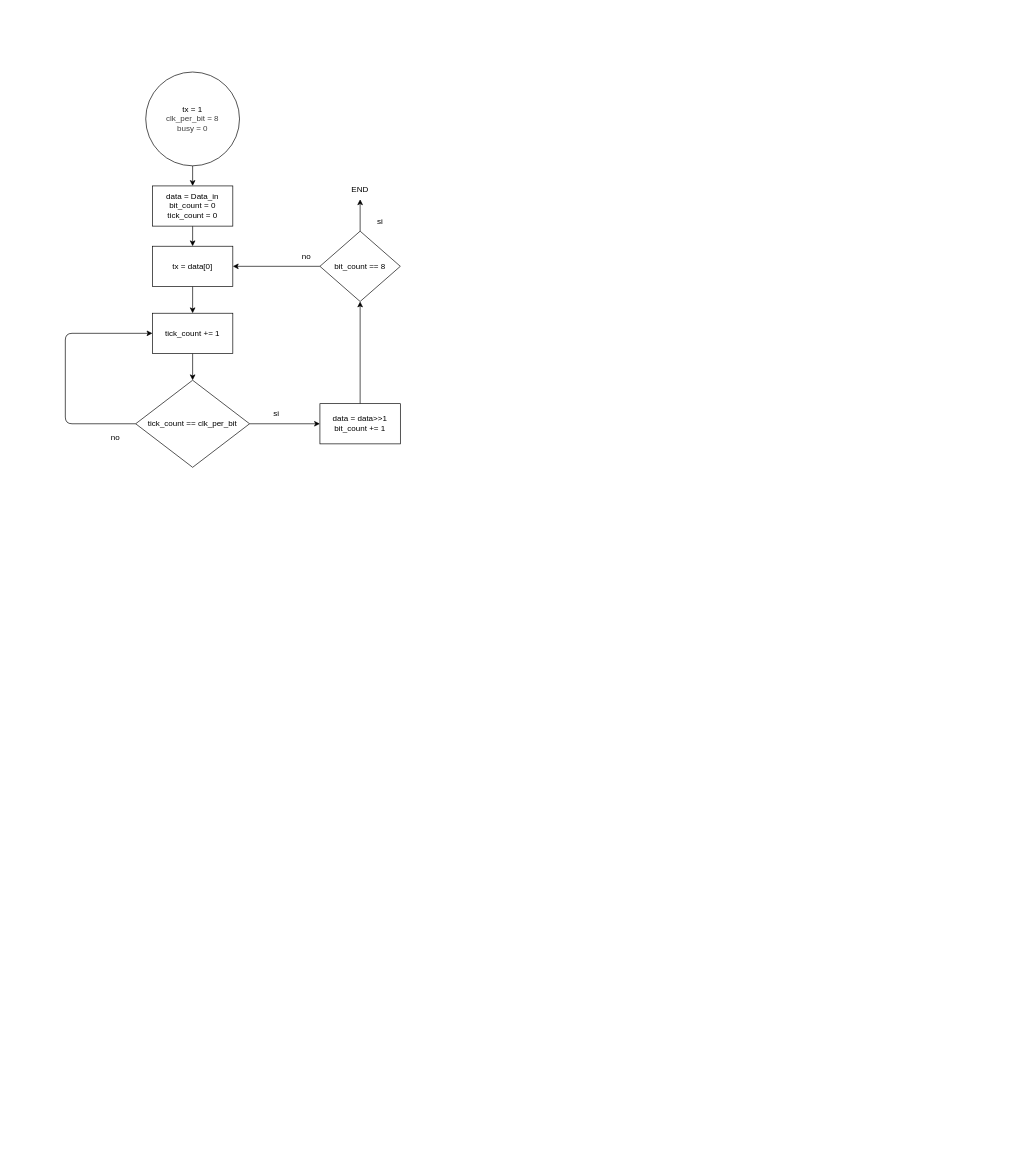
Before: Laboratorio/Practica 1/Diagrams/Transmisor.drawio in DanielPuentes01/Digital_2, a draw.io diagram. Source tidied: cells renumbered, new cells numbered last; positions are measured from the earlier drawing's top-left corner, leaving out a move shared by most shapes. Both pictures are drawn from the tidied source at 67%, with x=0, y=0 at pixel (65, 72).
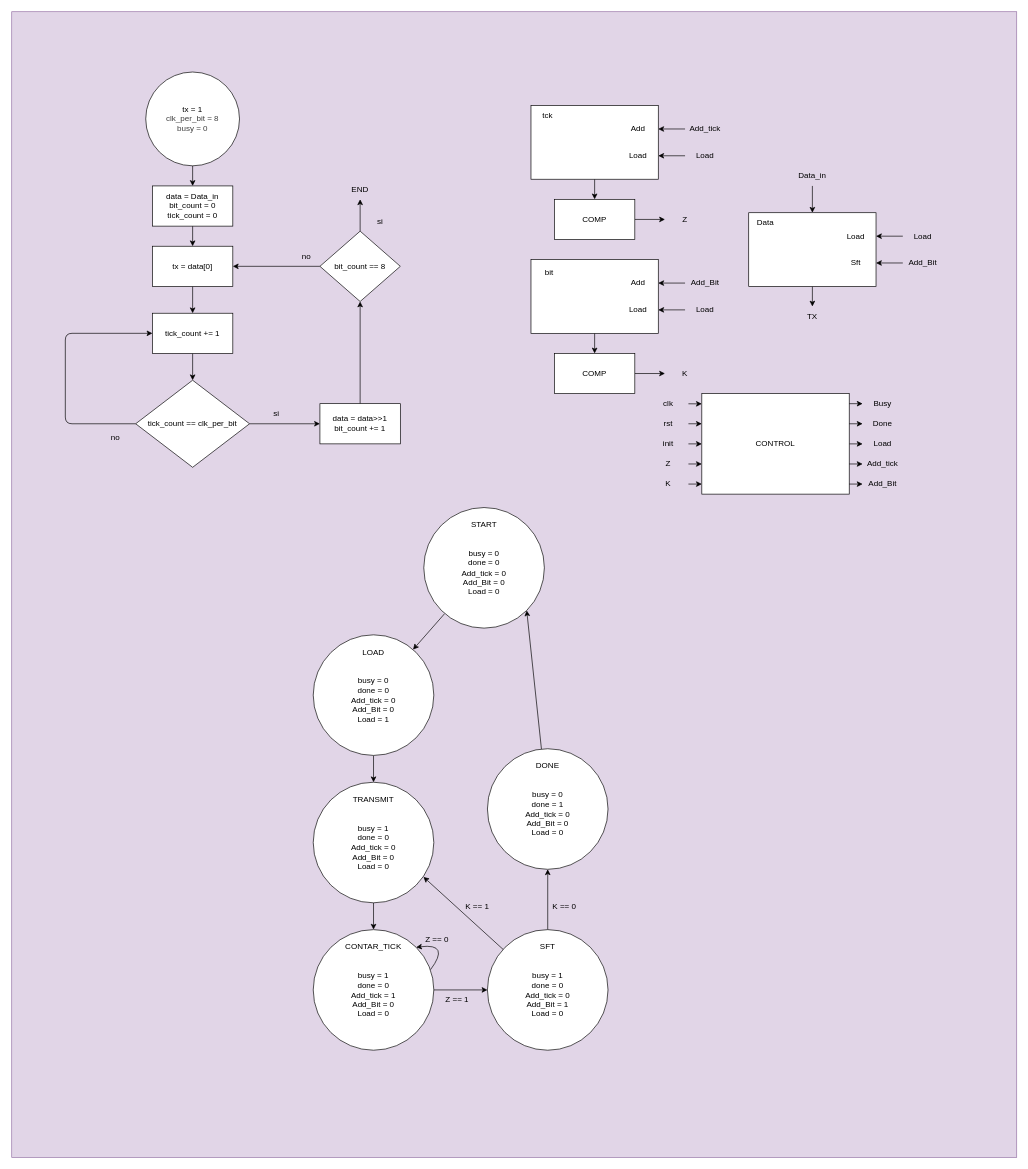
The same page after the edit.

Commit message (it also covers changes not shown here):
Diagramas Practica 1 Lab

What changed in the source:
```diff
@@
+    <mxCell id="23" style="rounded=0;whiteSpace=wrap;html=1;fillColor=#e1d5e7;strokeColor=#9673a6;" parent="1" vertex="1">
+      <mxGeometry x="-80" y="-90" width="1500" height="1710" as="geometry" />
+    </mxCell>
@@
+    <mxCell id="24" style="edgeStyle=none;html=1;" parent="1" edge="1" source="25" target="31">
+      <mxGeometry relative="1" as="geometry" />
+    </mxCell>
+    <mxCell id="25" style="rounded=0;whiteSpace=wrap;html=1;" parent="1" vertex="1">
+      <mxGeometry x="1020" y="210" width="190" height="110" as="geometry" />
+    </mxCell>
+    <mxCell id="26" value="Data" style="text;html=1;align=center;verticalAlign=middle;whiteSpace=wrap;rounded=0;" parent="1" vertex="1">
+      <mxGeometry x="1015" y="210" width="60" height="30" as="geometry" />
+    </mxCell>
+    <mxCell id="27" style="edgeStyle=none;html=1;entryX=0.5;entryY=0;entryDx=0;entryDy=0;" parent="1" edge="1" source="28" target="25">
+      <mxGeometry relative="1" as="geometry" />
+    </mxCell>
+    <mxCell id="28" value="Data_in" style="text;html=1;align=center;verticalAlign=middle;whiteSpace=wrap;rounded=0;" parent="1" vertex="1">
+      <mxGeometry x="1085" y="140" width="60" height="30" as="geometry" />
+    </mxCell>
+    <mxCell id="29" value="Load" style="text;html=1;align=center;verticalAlign=middle;whiteSpace=wrap;rounded=0;" parent="1" vertex="1">
+      <mxGeometry x="1150" y="230" width="60" height="30" as="geometry" />
+    </mxCell>
+    <mxCell id="30" value="Sft" style="text;html=1;align=center;verticalAlign=middle;whiteSpace=wrap;rounded=0;" parent="1" vertex="1">
+      <mxGeometry x="1150" y="270" width="60" height="30" as="geometry" />
+    </mxCell>
+    <mxCell id="31" value="TX" style="text;html=1;align=center;verticalAlign=middle;whiteSpace=wrap;rounded=0;" parent="1" vertex="1">
+      <mxGeometry x="1085" y="350" width="60" height="30" as="geometry" />
+    </mxCell>
+    <mxCell id="32" style="edgeStyle=none;html=1;entryX=1;entryY=0.5;entryDx=0;entryDy=0;" parent="1" edge="1" source="33" target="29">
+      <mxGeometry relative="1" as="geometry" />
+    </mxCell>
+    <mxCell id="33" value="Load" style="text;html=1;align=center;verticalAlign=middle;whiteSpace=wrap;rounded=0;" parent="1" vertex="1">
+      <mxGeometry x="1250" y="230" width="60" height="30" as="geometry" />
+    </mxCell>
+    <mxCell id="34" style="edgeStyle=none;html=1;entryX=1;entryY=0.5;entryDx=0;entryDy=0;" parent="1" edge="1" source="35" target="30">
+      <mxGeometry relative="1" as="geometry" />
+    </mxCell>
+    <mxCell id="35" value="Add_Bit" style="text;html=1;align=center;verticalAlign=middle;whiteSpace=wrap;rounded=0;" parent="1" vertex="1">
+      <mxGeometry x="1250" y="270" width="60" height="30" as="geometry" />
+    </mxCell>
+    <mxCell id="36" style="edgeStyle=none;html=1;entryX=0.5;entryY=0;entryDx=0;entryDy=0;" parent="1" edge="1" source="37" target="46">
+      <mxGeometry relative="1" as="geometry" />
+    </mxCell>
+    <mxCell id="37" style="rounded=0;whiteSpace=wrap;html=1;" parent="1" vertex="1">
+      <mxGeometry x="695" y="50" width="190" height="110" as="geometry" />
+    </mxCell>
+    <mxCell id="38" value="tck" style="text;html=1;align=center;verticalAlign=middle;whiteSpace=wrap;rounded=0;" parent="1" vertex="1">
+      <mxGeometry x="690" y="50" width="60" height="30" as="geometry" />
+    </mxCell>
+    <mxCell id="39" value="Add" style="text;html=1;align=center;verticalAlign=middle;whiteSpace=wrap;rounded=0;" parent="1" vertex="1">
+      <mxGeometry x="825" y="70" width="60" height="30" as="geometry" />
+    </mxCell>
+    <mxCell id="40" value="Load" style="text;html=1;align=center;verticalAlign=middle;whiteSpace=wrap;rounded=0;" parent="1" vertex="1">
+      <mxGeometry x="825" y="110" width="60" height="30" as="geometry" />
+    </mxCell>
+    <mxCell id="41" style="edgeStyle=none;html=1;entryX=1;entryY=0.5;entryDx=0;entryDy=0;" parent="1" edge="1" source="42" target="39">
+      <mxGeometry relative="1" as="geometry" />
+    </mxCell>
+    <mxCell id="42" value="Add_tick" style="text;html=1;align=center;verticalAlign=middle;whiteSpace=wrap;rounded=0;" parent="1" vertex="1">
+      <mxGeometry x="925" y="70" width="60" height="30" as="geometry" />
+    </mxCell>
+    <mxCell id="43" style="edgeStyle=none;html=1;entryX=1;entryY=0.5;entryDx=0;entryDy=0;" parent="1" edge="1" source="44" target="40">
+      <mxGeometry relative="1" as="geometry" />
+    </mxCell>
+    <mxCell id="44" value="Load" style="text;html=1;align=center;verticalAlign=middle;whiteSpace=wrap;rounded=0;" parent="1" vertex="1">
+      <mxGeometry x="925" y="110" width="60" height="30" as="geometry" />
+    </mxCell>
+    <mxCell id="45" style="edgeStyle=none;html=1;entryX=0;entryY=0.5;entryDx=0;entryDy=0;" parent="1" edge="1" source="46" target="47">
+      <mxGeometry relative="1" as="geometry" />
+    </mxCell>
+    <mxCell id="46" value="COMP" style="rounded=0;whiteSpace=wrap;html=1;" parent="1" vertex="1">
+      <mxGeometry x="730" y="190" width="120" height="60" as="geometry" />
+    </mxCell>
+    <mxCell id="47" value="Z" style="text;html=1;align=center;verticalAlign=middle;whiteSpace=wrap;rounded=0;" parent="1" vertex="1">
+      <mxGeometry x="895" y="205" width="60" height="30" as="geometry" />
+    </mxCell>
+    <mxCell id="48" style="edgeStyle=none;html=1;entryX=0.5;entryY=0;entryDx=0;entryDy=0;" parent="1" edge="1" source="49" target="58">
+      <mxGeometry relative="1" as="geometry" />
+    </mxCell>
+    <mxCell id="49" style="rounded=0;whiteSpace=wrap;html=1;" parent="1" vertex="1">
+      <mxGeometry x="695" y="280" width="190" height="110" as="geometry" />
+    </mxCell>
+    <mxCell id="50" value="bit" style="text;html=1;align=center;verticalAlign=middle;whiteSpace=wrap;rounded=0;" parent="1" vertex="1">
+      <mxGeometry x="690" y="280" width="65" height="40" as="geometry" />
+    </mxCell>
+    <mxCell id="51" value="Add" style="text;html=1;align=center;verticalAlign=middle;whiteSpace=wrap;rounded=0;" parent="1" vertex="1">
+      <mxGeometry x="825" y="300" width="60" height="30" as="geometry" />
+    </mxCell>
+    <mxCell id="52" value="Load" style="text;html=1;align=center;verticalAlign=middle;whiteSpace=wrap;rounded=0;" parent="1" vertex="1">
+      <mxGeometry x="825" y="340" width="60" height="30" as="geometry" />
+    </mxCell>
+    <mxCell id="53" style="edgeStyle=none;html=1;entryX=1;entryY=0.5;entryDx=0;entryDy=0;" parent="1" edge="1" source="54" target="51">
+      <mxGeometry relative="1" as="geometry" />
+    </mxCell>
+    <mxCell id="54" value="Add_Bit" style="text;html=1;align=center;verticalAlign=middle;whiteSpace=wrap;rounded=0;" parent="1" vertex="1">
+      <mxGeometry x="925" y="300" width="60" height="30" as="geometry" />
+    </mxCell>
+    <mxCell id="55" style="edgeStyle=none;html=1;entryX=1;entryY=0.5;entryDx=0;entryDy=0;" parent="1" edge="1" source="56" target="52">
+      <mxGeometry relative="1" as="geometry" />
+    </mxCell>
+    <mxCell id="56" value="Load" style="text;html=1;align=center;verticalAlign=middle;whiteSpace=wrap;rounded=0;" parent="1" vertex="1">
+      <mxGeometry x="925" y="340" width="60" height="30" as="geometry" />
+    </mxCell>
+    <mxCell id="57" style="edgeStyle=none;html=1;entryX=0;entryY=0.5;entryDx=0;entryDy=0;" parent="1" edge="1" source="58" target="59">
+      <mxGeometry relative="1" as="geometry" />
+    </mxCell>
+    <mxCell id="58" value="COMP" style="rounded=0;whiteSpace=wrap;html=1;" parent="1" vertex="1">
+      <mxGeometry x="730" y="420" width="120" height="60" as="geometry" />
+    </mxCell>
+    <mxCell id="59" value="K" style="text;html=1;align=center;verticalAlign=middle;whiteSpace=wrap;rounded=0;" parent="1" vertex="1">
+      <mxGeometry x="895" y="435" width="60" height="30" as="geometry" />
+    </mxCell>
+    <mxCell id="60" style="edgeStyle=none;html=1;entryX=0;entryY=0.5;entryDx=0;entryDy=0;" parent="1" edge="1" source="61" target="72">
+      <mxGeometry relative="1" as="geometry" />
+    </mxCell>
+    <mxCell id="61" value="CONTROL" style="rounded=0;whiteSpace=wrap;html=1;" parent="1" vertex="1">
+      <mxGeometry x="950" y="480" width="220" height="150" as="geometry" />
+    </mxCell>
+    <mxCell id="62" style="edgeStyle=none;html=1;entryX=0;entryY=0.102;entryDx=0;entryDy=0;entryPerimeter=0;" parent="1" edge="1" source="63" target="61">
+      <mxGeometry relative="1" as="geometry" />
+    </mxCell>
+    <mxCell id="63" value="clk" style="text;html=1;align=center;verticalAlign=middle;whiteSpace=wrap;rounded=0;" parent="1" vertex="1">
+      <mxGeometry x="870" y="480" width="60" height="30" as="geometry" />
+    </mxCell>
+    <mxCell id="64" style="edgeStyle=none;html=1;entryX=0;entryY=0.102;entryDx=0;entryDy=0;entryPerimeter=0;" parent="1" edge="1" source="65">
+      <mxGeometry relative="1" as="geometry">
+        <mxPoint x="950" y="525" as="targetPoint" />
+      </mxGeometry>
+    </mxCell>
+    <mxCell id="65" value="rst" style="text;html=1;align=center;verticalAlign=middle;whiteSpace=wrap;rounded=0;" parent="1" vertex="1">
+      <mxGeometry x="870" y="510" width="60" height="30" as="geometry" />
+    </mxCell>
+    <mxCell id="66" style="edgeStyle=none;html=1;entryX=0;entryY=0.102;entryDx=0;entryDy=0;entryPerimeter=0;" parent="1" edge="1" source="67">
+      <mxGeometry relative="1" as="geometry">
+        <mxPoint x="950" y="555" as="targetPoint" />
+      </mxGeometry>
+    </mxCell>
+    <mxCell id="67" value="init" style="text;html=1;align=center;verticalAlign=middle;whiteSpace=wrap;rounded=0;" parent="1" vertex="1">
+      <mxGeometry x="870" y="540" width="60" height="30" as="geometry" />
+    </mxCell>
+    <mxCell id="68" style="edgeStyle=none;html=1;entryX=0;entryY=0.102;entryDx=0;entryDy=0;entryPerimeter=0;" parent="1" edge="1" source="69">
+      <mxGeometry relative="1" as="geometry">
+        <mxPoint x="950" y="585" as="targetPoint" />
+      </mxGeometry>
+    </mxCell>
+    <mxCell id="69" value="Z" style="text;html=1;align=center;verticalAlign=middle;whiteSpace=wrap;rounded=0;" parent="1" vertex="1">
+      <mxGeometry x="870" y="570" width="60" height="30" as="geometry" />
+    </mxCell>
+    <mxCell id="70" style="edgeStyle=none;html=1;entryX=0;entryY=0.102;entryDx=0;entryDy=0;entryPerimeter=0;" parent="1" edge="1" source="71">
+      <mxGeometry relative="1" as="geometry">
+        <mxPoint x="950" y="615" as="targetPoint" />
+      </mxGeometry>
+    </mxCell>
+    <mxCell id="71" value="K" style="text;html=1;align=center;verticalAlign=middle;whiteSpace=wrap;rounded=0;" parent="1" vertex="1">
+      <mxGeometry x="870" y="600" width="60" height="30" as="geometry" />
+    </mxCell>
+    <mxCell id="72" value="Load" style="text;html=1;align=center;verticalAlign=middle;whiteSpace=wrap;rounded=0;" parent="1" vertex="1">
+      <mxGeometry x="1190" y="540" width="60" height="30" as="geometry" />
+    </mxCell>
+    <mxCell id="73" style="edgeStyle=none;html=1;entryX=0;entryY=0.5;entryDx=0;entryDy=0;" parent="1" edge="1" target="74">
+      <mxGeometry relative="1" as="geometry">
+        <mxPoint x="1170" y="525" as="sourcePoint" />
+      </mxGeometry>
+    </mxCell>
+    <mxCell id="74" value="Done" style="text;html=1;align=center;verticalAlign=middle;whiteSpace=wrap;rounded=0;" parent="1" vertex="1">
+      <mxGeometry x="1190" y="510" width="60" height="30" as="geometry" />
+    </mxCell>
+    <mxCell id="75" style="edgeStyle=none;html=1;entryX=0;entryY=0.5;entryDx=0;entryDy=0;" parent="1" edge="1" target="76">
+      <mxGeometry relative="1" as="geometry">
+        <mxPoint x="1170" y="495" as="sourcePoint" />
+      </mxGeometry>
+    </mxCell>
+    <mxCell id="76" value="Busy" style="text;html=1;align=center;verticalAlign=middle;whiteSpace=wrap;rounded=0;" parent="1" vertex="1">
+      <mxGeometry x="1190" y="480" width="60" height="30" as="geometry" />
+    </mxCell>
+    <mxCell id="77" style="edgeStyle=none;html=1;entryX=0;entryY=0.5;entryDx=0;entryDy=0;" parent="1" edge="1" target="78">
+      <mxGeometry relative="1" as="geometry">
+        <mxPoint x="1170" y="585" as="sourcePoint" />
+      </mxGeometry>
+    </mxCell>
+    <mxCell id="78" value="Add_tick" style="text;html=1;align=center;verticalAlign=middle;whiteSpace=wrap;rounded=0;" parent="1" vertex="1">
+      <mxGeometry x="1190" y="570" width="60" height="30" as="geometry" />
+    </mxCell>
+    <mxCell id="79" style="edgeStyle=none;html=1;entryX=0;entryY=0.5;entryDx=0;entryDy=0;" parent="1" edge="1" target="80">
+      <mxGeometry relative="1" as="geometry">
+        <mxPoint x="1170" y="615" as="sourcePoint" />
+      </mxGeometry>
+    </mxCell>
+    <mxCell id="80" value="Add_Bit" style="text;html=1;align=center;verticalAlign=middle;whiteSpace=wrap;rounded=0;" parent="1" vertex="1">
+      <mxGeometry x="1190" y="600" width="60" height="30" as="geometry" />
+    </mxCell>
+    <mxCell id="81" style="edgeStyle=none;html=1;" parent="1" edge="1" source="82" target="84">
+      <mxGeometry relative="1" as="geometry" />
+    </mxCell>
+    <mxCell id="82" value="START&lt;div&gt;&lt;br&gt;&lt;/div&gt;&lt;div&gt;&lt;br&gt;&lt;/div&gt;&lt;div&gt;busy = 0&lt;/div&gt;&lt;div&gt;done = 0&lt;/div&gt;&lt;div&gt;Add_tick = 0&lt;/div&gt;&lt;div&gt;Add_Bit = 0&lt;/div&gt;&lt;div&gt;Load = 0&lt;/div&gt;&lt;div&gt;&lt;br&gt;&lt;/div&gt;&lt;div&gt;&lt;br&gt;&lt;/div&gt;" style="ellipse;whiteSpace=wrap;html=1;" parent="1" vertex="1">
+      <mxGeometry x="535" y="650" width="180" height="180" as="geometry" />
+    </mxCell>
+    <mxCell id="83" style="edgeStyle=none;html=1;" parent="1" edge="1" source="84" target="86">
+      <mxGeometry relative="1" as="geometry" />
+    </mxCell>
+    <mxCell id="84" value="LOAD&lt;div&gt;&lt;br&gt;&lt;/div&gt;&lt;div&gt;&lt;br&gt;&lt;/div&gt;&lt;div&gt;busy = 0&lt;/div&gt;&lt;div&gt;done = 0&lt;/div&gt;&lt;div&gt;Add_tick = 0&lt;/div&gt;&lt;div&gt;Add_Bit = 0&lt;/div&gt;&lt;div&gt;Load = 1&lt;/div&gt;&lt;div&gt;&lt;br&gt;&lt;/div&gt;&lt;div&gt;&lt;br&gt;&lt;/div&gt;" style="ellipse;whiteSpace=wrap;html=1;" parent="1" vertex="1">
+      <mxGeometry x="370" y="840" width="180" height="180" as="geometry" />
+    </mxCell>
+    <mxCell id="85" style="edgeStyle=none;html=1;" parent="1" edge="1" source="86" target="89">
+      <mxGeometry relative="1" as="geometry" />
+    </mxCell>
+    <mxCell id="86" value="TRANSMIT&lt;div&gt;&lt;br&gt;&lt;/div&gt;&lt;div&gt;&lt;br&gt;&lt;/div&gt;&lt;div&gt;busy = 1&lt;/div&gt;&lt;div&gt;done = 0&lt;/div&gt;&lt;div&gt;Add_tick = 0&lt;/div&gt;&lt;div&gt;Add_Bit = 0&lt;/div&gt;&lt;div&gt;Load = 0&lt;/div&gt;&lt;div&gt;&lt;br&gt;&lt;/div&gt;&lt;div&gt;&lt;br&gt;&lt;/div&gt;" style="ellipse;whiteSpace=wrap;html=1;" parent="1" vertex="1">
+      <mxGeometry x="370" y="1060" width="180" height="180" as="geometry" />
+    </mxCell>
+    <mxCell id="87" style="edgeStyle=none;html=1;" parent="1" edge="1" source="89" target="91">
+      <mxGeometry relative="1" as="geometry" />
+    </mxCell>
+    <mxCell id="88" style="edgeStyle=none;html=1;exitX=0.972;exitY=0.333;exitDx=0;exitDy=0;exitPerimeter=0;entryX=1;entryY=0;entryDx=0;entryDy=0;rounded=0;curved=1;" parent="1" edge="1" source="89" target="89">
+      <mxGeometry relative="1" as="geometry">
+        <Array as="points">
+          <mxPoint x="575" y="1300" />
+        </Array>
+      </mxGeometry>
+    </mxCell>
+    <mxCell id="89" value="CONTAR_TICK&lt;br&gt;&lt;div&gt;&lt;br&gt;&lt;/div&gt;&lt;div&gt;&lt;br&gt;&lt;/div&gt;&lt;div&gt;busy = 1&lt;/div&gt;&lt;div&gt;done = 0&lt;/div&gt;&lt;div&gt;Add_tick = 1&lt;/div&gt;&lt;div&gt;Add_Bit = 0&lt;/div&gt;&lt;div&gt;Load = 0&lt;/div&gt;&lt;div&gt;&lt;br&gt;&lt;/div&gt;&lt;div&gt;&lt;br&gt;&lt;/div&gt;" style="ellipse;whiteSpace=wrap;html=1;" parent="1" vertex="1">
+      <mxGeometry x="370" y="1280" width="180" height="180" as="geometry" />
+    </mxCell>
+    <mxCell id="90" style="edgeStyle=none;html=1;" parent="1" edge="1" source="91" target="93">
+      <mxGeometry relative="1" as="geometry" />
+    </mxCell>
+    <mxCell id="91" value="SFT&lt;div&gt;&lt;br&gt;&lt;/div&gt;&lt;div&gt;&lt;br&gt;&lt;/div&gt;&lt;div&gt;busy = 1&lt;/div&gt;&lt;div&gt;done = 0&lt;/div&gt;&lt;div&gt;Add_tick = 0&lt;/div&gt;&lt;div&gt;Add_Bit = 1&lt;/div&gt;&lt;div&gt;Load = 0&lt;/div&gt;&lt;div&gt;&lt;br&gt;&lt;/div&gt;&lt;div&gt;&lt;br&gt;&lt;/div&gt;" style="ellipse;whiteSpace=wrap;html=1;" parent="1" vertex="1">
+      <mxGeometry x="630" y="1280" width="180" height="180" as="geometry" />
+    </mxCell>
+    <mxCell id="92" style="edgeStyle=none;html=1;entryX=1;entryY=1;entryDx=0;entryDy=0;" parent="1" edge="1" source="93" target="82">
+      <mxGeometry relative="1" as="geometry" />
+    </mxCell>
+    <mxCell id="93" value="DONE&lt;div&gt;&lt;br&gt;&lt;/div&gt;&lt;div&gt;&lt;br&gt;&lt;/div&gt;&lt;div&gt;busy = 0&lt;/div&gt;&lt;div&gt;done = 1&lt;/div&gt;&lt;div&gt;Add_tick = 0&lt;/div&gt;&lt;div&gt;Add_Bit = 0&lt;/div&gt;&lt;div&gt;Load = 0&lt;/div&gt;&lt;div&gt;&lt;br&gt;&lt;/div&gt;&lt;div&gt;&lt;br&gt;&lt;/div&gt;" style="ellipse;whiteSpace=wrap;html=1;" parent="1" vertex="1">
+      <mxGeometry x="630" y="1010" width="180" height="180" as="geometry" />
+    </mxCell>
+    <mxCell id="94" value="Z == 1" style="text;html=1;align=center;verticalAlign=middle;whiteSpace=wrap;rounded=0;" parent="1" vertex="1">
+      <mxGeometry x="555" y="1370" width="60" height="30" as="geometry" />
+    </mxCell>
+    <mxCell id="95" value="Z == 0" style="text;html=1;align=center;verticalAlign=middle;whiteSpace=wrap;rounded=0;" parent="1" vertex="1">
+      <mxGeometry x="525" y="1280" width="60" height="30" as="geometry" />
+    </mxCell>
+    <mxCell id="96" style="edgeStyle=none;html=1;entryX=0.914;entryY=0.785;entryDx=0;entryDy=0;entryPerimeter=0;" parent="1" edge="1" source="91" target="86">
+      <mxGeometry relative="1" as="geometry" />
+    </mxCell>
+    <mxCell id="97" value="K == 1" style="text;html=1;align=center;verticalAlign=middle;whiteSpace=wrap;rounded=0;" parent="1" vertex="1">
+      <mxGeometry x="585" y="1230" width="60" height="30" as="geometry" />
+    </mxCell>
+    <mxCell id="98" value="K == 0" style="text;html=1;align=center;verticalAlign=middle;whiteSpace=wrap;rounded=0;" parent="1" vertex="1">
+      <mxGeometry x="715" y="1230" width="60" height="30" as="geometry" />
+    </mxCell>
```
